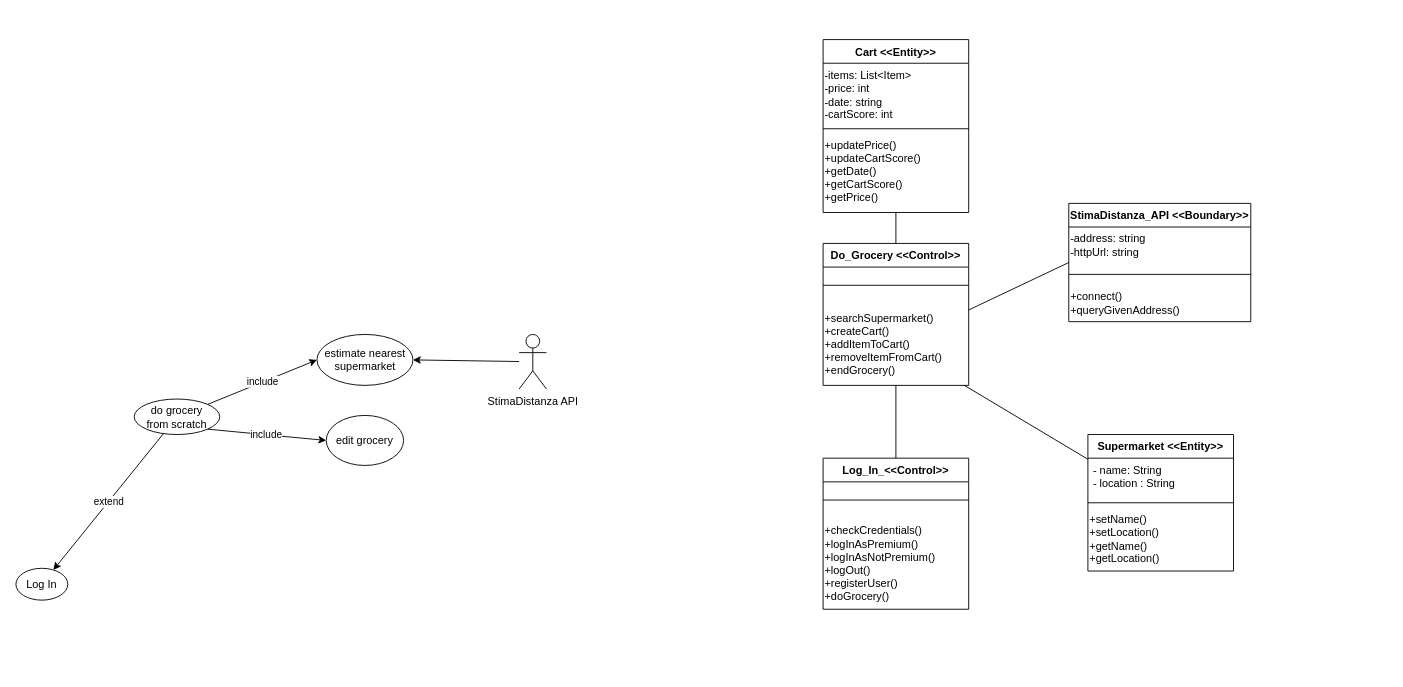
Earlier version of the draw.io diagram others/Do_Grocery_Class_Diagram_BCE.drawio (FredHats99/HealthyCart). Source tidied: cells renumbered, new cells numbered last; positions are measured from the earlier drawing's top-left corner, leaving out a move shared by most shapes. Both pictures are drawn from the tidied source at 91%, with x=0, y=0 at pixel (15, 39).
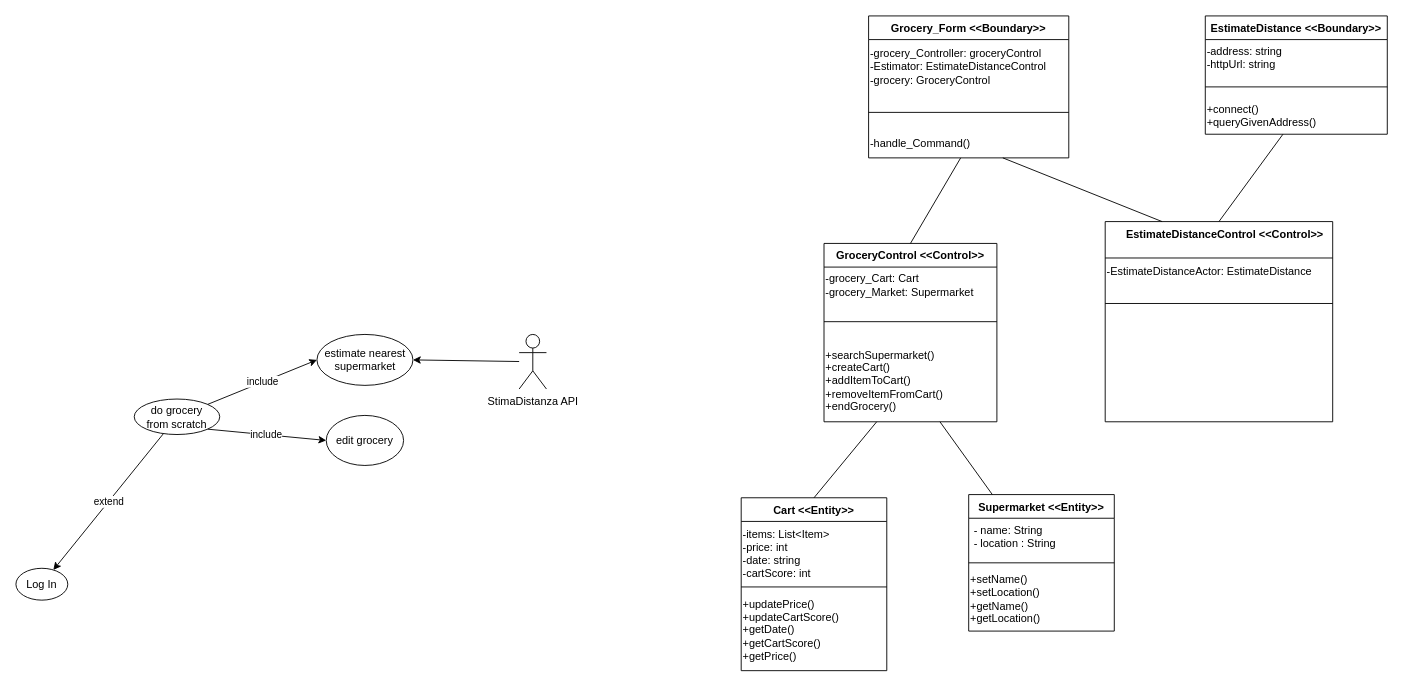
Above is the later version.

Unchanged cells that the change refers to:
```xml
<mxCell id="20" value="+connect()&lt;br&gt;+queryGivenAddress()" style="text;html=1;align=left;verticalAlign=middle;points=[];strokeColor=none;fillColor=none;" parent="17" vertex="1">
  <mxGeometry y="90" width="200" height="40" as="geometry" />
</mxCell>
<mxCell id="31" value="+updatePrice()&lt;br&gt;+updateCartScore()&lt;br&gt;+getDate()&lt;br&gt;+getCartScore()&lt;br&gt;+getPrice()" style="text;html=1;align=left;verticalAlign=middle;points=[];strokeColor=none;fillColor=none;" parent="28" vertex="1">
  <mxGeometry y="100" width="160" height="90" as="geometry" />
</mxCell>
```

The edit, as a diff of the source:
```diff
@@
-    <mxCell id="9" value="Log_In_&lt;&lt;Control&gt;&gt;" style="swimlane;fontStyle=1;align=center;verticalAlign=top;horizontal=1;startSize=26;rounded=0;shadow=0;strokeWidth=1;" parent="1" vertex="1">
-      <mxGeometry x="887" y="460" width="160" height="166" as="geometry" />
+    <mxCell id="9" value="Grocery_Form &lt;&lt;Boundary&gt;&gt;" style="swimlane;fontStyle=1;align=center;verticalAlign=top;horizontal=1;startSize=26;rounded=0;shadow=0;strokeWidth=1;" parent="1" vertex="1">
+      <mxGeometry x="937" y="-26" width="220" height="156" as="geometry" />
     </mxCell>
+    <mxCell id="33" value="-grocery_Controller: groceryControl&lt;br&gt;-Estimator: EstimateDistanceControl&lt;br style=&quot;border-color: var(--border-color);&quot;&gt;-grocery: GroceryControl" style="text;html=1;align=left;verticalAlign=middle;strokeColor=none;fillColor=none;" parent="9" vertex="1">
+      <mxGeometry y="26" width="220" height="60" as="geometry" />
+    </mxCell>
     <mxCell id="10" style="line;html=1;strokeWidth=1;align=left;verticalAlign=middle;spacingTop=-1;spacingLeft=3;spacingRight=3;labelPosition=right;" parent="9" vertex="1">
-      <mxGeometry y="26" width="160" height="40" as="geometry" />
+      <mxGeometry y="86" width="220" height="40" as="geometry" />
     </mxCell>
-    <mxCell id="11" value="+checkCredentials()&lt;br&gt;+logInAsPremium()&lt;br&gt;+logInAsNotPremium()&lt;br&gt;+logOut()&lt;br&gt;+registerUser()&lt;br&gt;+doGrocery()" style="text;html=1;align=left;verticalAlign=middle;strokeColor=none;fillColor=none;" parent="9" vertex="1">
-      <mxGeometry y="66" width="160" height="100" as="geometry" />
-    </mxCell>
+    <mxCell id="34" value="-handle_Command()" style="text;html=1;align=left;verticalAlign=middle;points=[];strokeColor=none;fillColor=none;" parent="9" vertex="1">
+      <mxGeometry y="126" width="220" height="30" as="geometry" />
+    </mxCell>
-    <mxCell id="12" value="Do_Grocery &lt;&lt;Control&gt;&gt;" style="swimlane;fontStyle=1;align=center;verticalAlign=top;horizontal=1;startSize=26;rounded=0;shadow=0;strokeWidth=1;" parent="1" vertex="1">
-      <mxGeometry x="887" y="224" width="160" height="156" as="geometry" />
+    <mxCell id="12" value="GroceryControl &lt;&lt;Control&gt;&gt;" style="swimlane;fontStyle=1;align=center;verticalAlign=top;horizontal=1;startSize=26;rounded=0;shadow=0;strokeWidth=1;" parent="1" vertex="1">
+      <mxGeometry x="888" y="224" width="190" height="196" as="geometry" />
     </mxCell>
+    <mxCell id="35" value="-grocery_Cart: Cart&lt;br&gt;-grocery_Market: Supermarket" style="text;html=1;align=left;verticalAlign=middle;strokeColor=none;fillColor=none;" parent="12" vertex="1">
+      <mxGeometry y="26" width="190" height="40" as="geometry" />
+    </mxCell>
     <mxCell id="13" style="line;html=1;strokeWidth=1;align=left;verticalAlign=middle;spacingTop=-1;spacingLeft=3;spacingRight=3;labelPosition=right;" parent="12" vertex="1">
-      <mxGeometry y="26" width="160" height="40" as="geometry" />
+      <mxGeometry y="66" width="190" height="40" as="geometry" />
     </mxCell>
     <mxCell id="14" value="+searchSupermarket()&lt;br&gt;+createCart()&lt;br&gt;+addItemToCart()&lt;br&gt;+removeItemFromCart()&lt;br&gt;+endGrocery()" style="text;html=1;align=left;verticalAlign=middle;points=[];strokeColor=none;fillColor=none;" parent="12" vertex="1">
-      <mxGeometry y="66" width="160" height="90" as="geometry" />
+      <mxGeometry y="106" width="190" height="90" as="geometry" />
     </mxCell>
@@
-    <mxCell id="17" value="StimaDistanza_API &lt;&lt;Boundary&gt;&gt;" style="swimlane;fontStyle=1;align=center;verticalAlign=top;horizontal=1;startSize=26;rounded=0;shadow=0;strokeWidth=1;" parent="1" vertex="1">
-      <mxGeometry x="1157" y="180" width="200" height="130" as="geometry" />
+    <mxCell id="17" value="EstimateDistance &lt;&lt;Boundary&gt;&gt;" style="swimlane;fontStyle=1;align=center;verticalAlign=top;horizontal=1;startSize=26;rounded=0;shadow=0;strokeWidth=1;" parent="1" vertex="1">
+      <mxGeometry x="1307" y="-26" width="200" height="130" as="geometry" />
     </mxCell>
@@
     <mxCell id="21" value="Supermarket &lt;&lt;Entity&gt;&gt;" style="swimlane;fontStyle=1;align=center;verticalAlign=top;horizontal=1;startSize=26;rounded=0;shadow=0;strokeWidth=1;" parent="1" vertex="1">
-      <mxGeometry x="1178" y="434" width="160" height="150" as="geometry" />
+      <mxGeometry x="1047" y="500" width="160" height="150" as="geometry" />
     </mxCell>
@@
-    <mxCell id="25" style="endArrow=none;html=1;rounded=0;exitX=0.5;exitY=0;exitDx=0;exitDy=0;" parent="1" edge="1" source="9" target="14">
-      <mxGeometry relative="1" as="geometry" />
-    </mxCell>
@@
-    <mxCell id="27" style="endArrow=none;html=1;rounded=0;entryX=0;entryY=0.5;entryDx=0;entryDy=0;" parent="1" edge="1" source="14" target="17">
-      <mxGeometry relative="1" as="geometry" />
-    </mxCell>
     <mxCell id="28" value="Cart &lt;&lt;Entity&gt;&gt;" style="swimlane;fontStyle=1;align=center;verticalAlign=top;horizontal=1;startSize=26;rounded=0;shadow=0;strokeWidth=1;" parent="1" vertex="1">
-      <mxGeometry x="887" width="160" height="190" as="geometry" />
+      <mxGeometry x="797" y="503.5" width="160" height="190" as="geometry" />
     </mxCell>
@@
-    <mxCell id="32" style="endArrow=none;html=1;rounded=0;exitX=0.5;exitY=0;exitDx=0;exitDy=0;" parent="1" edge="1" source="12" target="31">
+    <mxCell id="32" style="endArrow=none;html=1;rounded=0;entryX=0.5;entryY=0;entryDx=0;entryDy=0;" parent="1" edge="1" source="14" target="28">
       <mxGeometry relative="1" as="geometry" />
     </mxCell>
+    <mxCell id="36" value="    EstimateDistanceControl &lt;&lt;Control&gt;&gt;" style="swimlane;fontStyle=1;align=center;verticalAlign=top;horizontal=1;startSize=40;rounded=0;shadow=0;strokeWidth=1;" parent="1" vertex="1">
+      <mxGeometry x="1197" y="200" width="250" height="220" as="geometry" />
+    </mxCell>
+    <mxCell id="37" value="-EstimateDistanceActor: EstimateDistance" style="text;html=1;align=left;verticalAlign=middle;strokeColor=none;fillColor=none;" parent="36" vertex="1">
+      <mxGeometry y="40" width="250" height="30" as="geometry" />
+    </mxCell>
+    <mxCell id="38" style="line;html=1;strokeWidth=1;align=left;verticalAlign=middle;spacingTop=-1;spacingLeft=3;spacingRight=3;labelPosition=right;" parent="36" vertex="1">
+      <mxGeometry y="70" width="250" height="40" as="geometry" />
+    </mxCell>
+    <mxCell id="39" style="endArrow=none;html=1;rounded=0;exitX=0.5;exitY=0;exitDx=0;exitDy=0;" parent="1" edge="1" source="36" target="20">
+      <mxGeometry relative="1" as="geometry" />
+    </mxCell>
+    <mxCell id="40" style="endArrow=none;html=1;rounded=0;exitX=0.5;exitY=0;exitDx=0;exitDy=0;" parent="1" edge="1" source="12" target="34">
+      <mxGeometry relative="1" as="geometry" />
+    </mxCell>
+    <mxCell id="41" style="endArrow=none;html=1;rounded=0;entryX=0.25;entryY=0;entryDx=0;entryDy=0;" parent="1" edge="1" source="34" target="36">
+      <mxGeometry relative="1" as="geometry" />
+    </mxCell>
```
